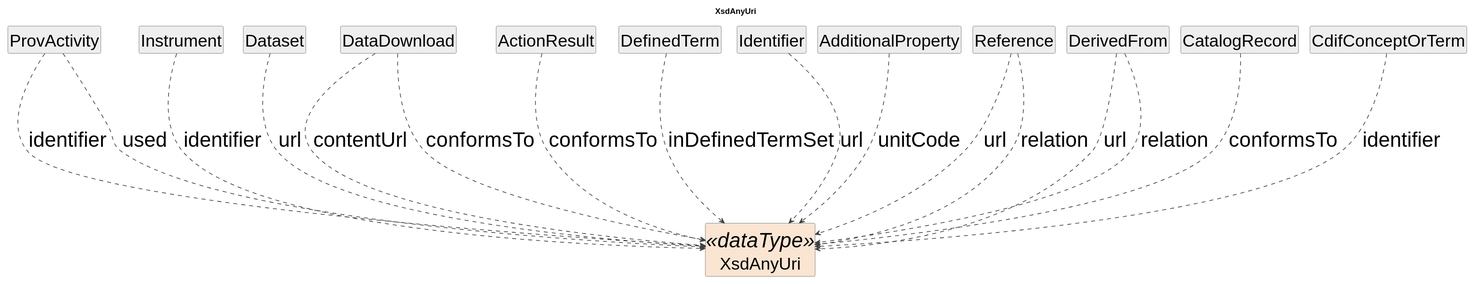
Before: cdif-uml-model/_plantuml/cdifProvenance/DataTypes/XsdAnyUri.svg, a diagram exported from PlantUML (Cross-Domain-Interoperability-Framework/metadataBuildingBlocks).
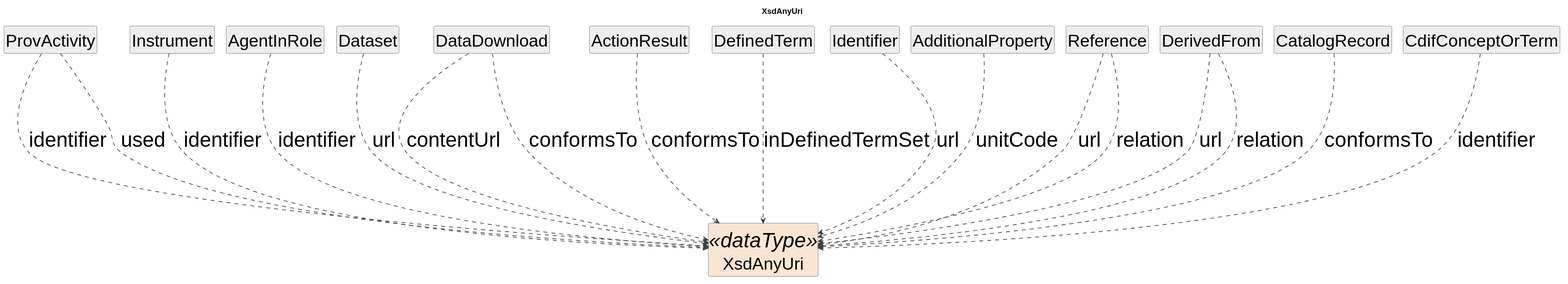
After the change.

Diff of the diagram source:
```diff
@@ -20,6 +20,8 @@
 ProvActivity ..> XsdAnyUri : used
 class "Instrument" as Instrument #EEEEEE
 Instrument ..> XsdAnyUri : identifier
+class "AgentInRole" as AgentInRole #EEEEEE
+AgentInRole ..> XsdAnyUri : identifier
 class "Dataset" as Dataset #EEEEEE
 Dataset ..> XsdAnyUri : url
 class "DataDownload" as DataDownload #EEEEEE
```
